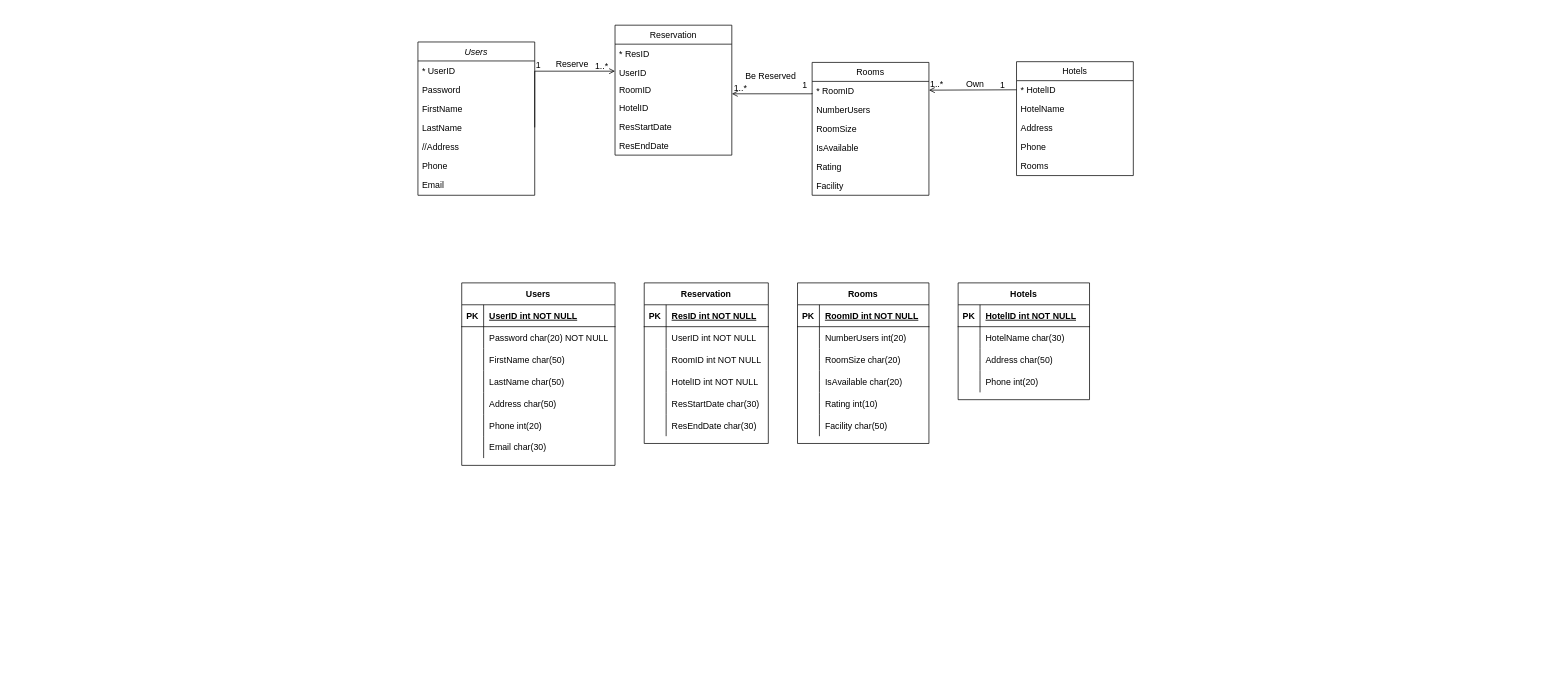
Above: Web_practice.drawio in Ziqi222/name.c (draw.io), before the change. Source tidied: cells renumbered, new cells numbered last; positions are measured from the earlier drawing's top-left corner, leaving out a move shared by most shapes. Both pictures are drawn from the tidied source at 73%, with x=0, y=0 at pixel (418, 12).
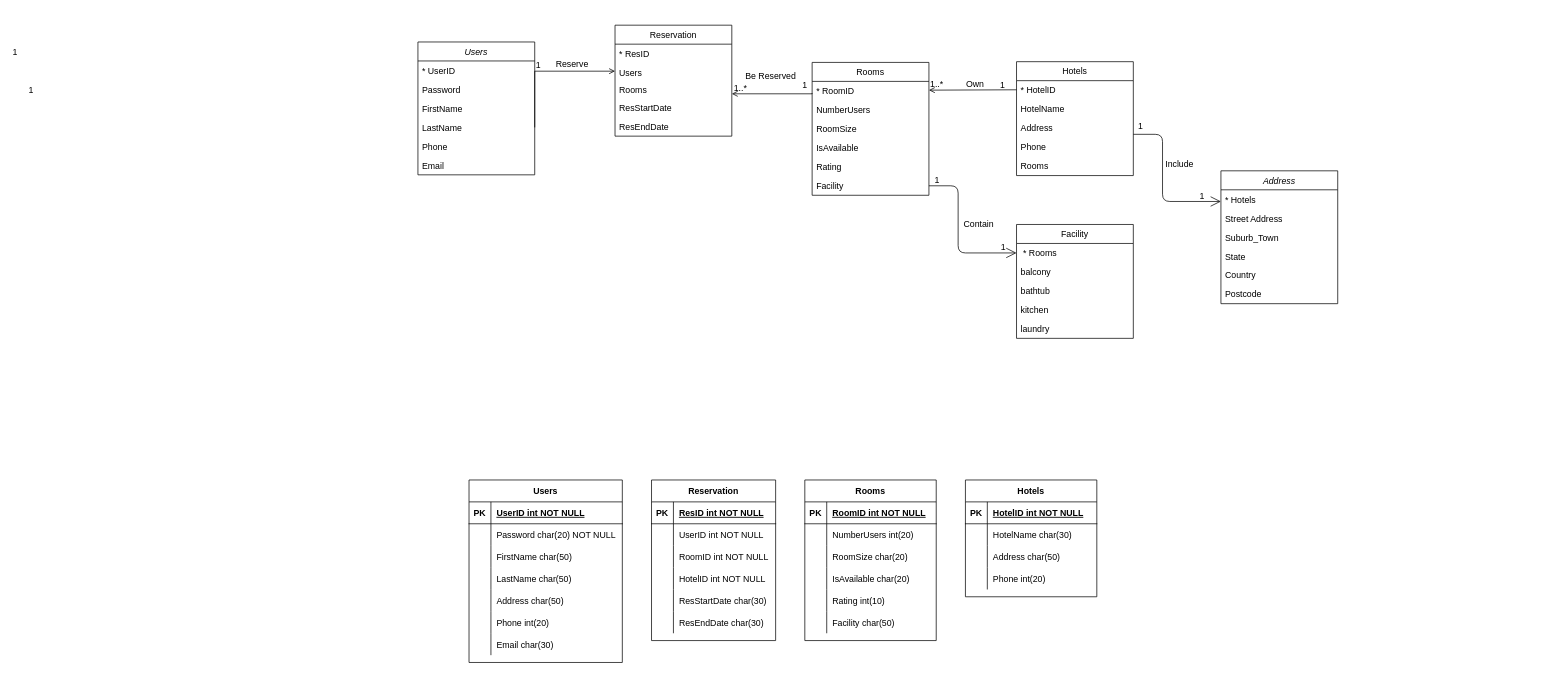
The same diagram, later.

The change refers to these unchanged cells:
```xml
<mxCell id="16" value="Facility" style="text;align=left;verticalAlign=top;spacingLeft=4;spacingRight=4;overflow=hidden;points=[[0,0.5],[1,0.5]];portConstraint=eastwest;rounded=0;shadow=0;html=0;" parent="10" vertex="1">
  <mxGeometry y="156" width="160" height="26" as="geometry" />
</mxCell>
```

What changed in the source:
```diff
@@
     <mxCell id="2" value="Users" style="swimlane;fontStyle=2;align=center;verticalAlign=top;horizontal=1;startSize=26;rounded=0;shadow=0;strokeWidth=1;" parent="1" vertex="1">
-      <mxGeometry y="40" width="160" height="210" as="geometry" />
+      <mxGeometry y="40" width="160" height="182" as="geometry" />
     </mxCell>
@@
-    <mxCell id="7" value="//Address" style="text;align=left;verticalAlign=top;spacingLeft=4;spacingRight=4;overflow=hidden;rounded=0;shadow=0;html=0;" parent="2" vertex="1">
-      <mxGeometry y="130" width="160" height="26" as="geometry" />
-    </mxCell>
+    <mxCell id="115" value="1" style="align=left;verticalAlign=bottom;labelBackgroundColor=none;fontSize=12;" parent="2" vertex="1">
+      <mxGeometry y="130" width="160" as="geometry">
+        <mxPoint x="-557" y="-108" as="offset" />
+      </mxGeometry>
+    </mxCell>
+    <mxCell id="116" value="1" style="align=left;verticalAlign=bottom;labelBackgroundColor=none;fontSize=12;" parent="2" vertex="1">
+      <mxGeometry y="130" width="160" as="geometry">
+        <mxPoint x="-535" y="-56" as="offset" />
+      </mxGeometry>
+    </mxCell>
     <mxCell id="8" value="Phone" style="text;align=left;verticalAlign=top;spacingLeft=4;spacingRight=4;overflow=hidden;rounded=0;shadow=0;html=0;" parent="2" vertex="1">
-      <mxGeometry y="156" width="160" height="26" as="geometry" />
+      <mxGeometry y="130" width="160" height="26" as="geometry" />
     </mxCell>
     <mxCell id="9" value="Email" style="text;align=left;verticalAlign=top;spacingLeft=4;spacingRight=4;overflow=hidden;rounded=0;shadow=0;html=0;" parent="2" vertex="1">
-      <mxGeometry y="182" width="160" height="26" as="geometry" />
+      <mxGeometry y="156" width="160" height="26" as="geometry" />
     </mxCell>
@@
-    <mxCell id="17" value="1..*" style="align=left;verticalAlign=bottom;labelBackgroundColor=none;fontSize=12;" parent="1" vertex="1">
-      <mxGeometry x="250" y="210" as="geometry">
-        <mxPoint x="-9" y="-129" as="offset" />
-      </mxGeometry>
-    </mxCell>
@@
     <mxCell id="28" value="Reservation" style="swimlane;fontStyle=0;align=center;verticalAlign=top;horizontal=1;startSize=26;rounded=0;shadow=0;strokeWidth=1;" parent="1" vertex="1">
-      <mxGeometry x="270" y="17" width="160" height="178" as="geometry" />
+      <mxGeometry x="270" y="17" width="160" height="152" as="geometry" />
     </mxCell>
@@
-    <mxCell id="30" value="UserID" style="text;align=left;verticalAlign=top;spacingLeft=4;spacingRight=4;overflow=hidden;rounded=0;shadow=0;html=0;" parent="28" vertex="1">
+    <mxCell id="30" value="Users" style="text;align=left;verticalAlign=top;spacingLeft=4;spacingRight=4;overflow=hidden;rounded=0;shadow=0;html=0;" parent="28" vertex="1">
       <mxGeometry y="52" width="160" height="24" as="geometry" />
     </mxCell>
-    <mxCell id="31" value="RoomID" style="text;align=left;verticalAlign=top;spacingLeft=4;spacingRight=4;overflow=hidden;rounded=0;shadow=0;html=0;" parent="28" vertex="1">
+    <mxCell id="31" value="Rooms" style="text;align=left;verticalAlign=top;spacingLeft=4;spacingRight=4;overflow=hidden;rounded=0;shadow=0;html=0;" parent="28" vertex="1">
       <mxGeometry y="76" width="160" height="24" as="geometry" />
     </mxCell>
-    <mxCell id="32" value="HotelID" style="text;align=left;verticalAlign=top;spacingLeft=4;spacingRight=4;overflow=hidden;rounded=0;shadow=0;html=0;" parent="28" vertex="1">
-      <mxGeometry y="100" width="160" height="26" as="geometry" />
-    </mxCell>
     <mxCell id="33" value="ResStartDate" style="text;align=left;verticalAlign=top;spacingLeft=4;spacingRight=4;overflow=hidden;rounded=0;shadow=0;html=0;" parent="28" vertex="1">
-      <mxGeometry y="126" width="160" height="26" as="geometry" />
+      <mxGeometry y="100" width="160" height="26" as="geometry" />
     </mxCell>
     <mxCell id="34" value="ResEndDate" style="text;align=left;verticalAlign=top;spacingLeft=4;spacingRight=4;overflow=hidden;rounded=0;shadow=0;html=0;" parent="28" vertex="1">
-      <mxGeometry y="152" width="160" height="26" as="geometry" />
+      <mxGeometry y="126" width="160" height="26" as="geometry" />
     </mxCell>
@@
     <mxCell id="42" value="Users" style="shape=table;startSize=30;childLayout=tableLayout;rowLines=0;fontStyle=1;align=center;" parent="1" vertex="1">
-      <mxGeometry x="60" y="370" width="210" height="250" as="geometry" />
+      <mxGeometry x="70" y="640" width="210" height="250" as="geometry" />
     </mxCell>
@@
     <mxCell id="64" value="Reservation" style="shape=table;startSize=30;childLayout=tableLayout;rowLines=0;fontStyle=1;align=center;" parent="1" vertex="1">
-      <mxGeometry x="310" y="370" width="170" height="220" as="geometry" />
+      <mxGeometry x="320" y="640" width="170" height="220" as="geometry" />
     </mxCell>
@@
     <mxCell id="83" value="Rooms" style="shape=table;startSize=30;childLayout=tableLayout;rowLines=0;fontStyle=1;align=center;" parent="1" vertex="1">
-      <mxGeometry x="520" y="370" width="180" height="220" as="geometry" />
+      <mxGeometry x="530" y="640" width="180" height="220" as="geometry" />
     </mxCell>
@@
     <mxCell id="102" value="Hotels" style="shape=table;startSize=30;childLayout=tableLayout;rowLines=0;fontStyle=1;align=center;" parent="1" vertex="1">
-      <mxGeometry x="740" y="370" width="180" height="160" as="geometry" />
+      <mxGeometry x="750" y="640" width="180" height="160" as="geometry" />
     </mxCell>
@@
+    <mxCell id="117" value="Facility" style="swimlane;fontStyle=0;align=center;verticalAlign=top;horizontal=1;startSize=26;rounded=0;shadow=0;strokeWidth=1;" parent="1" vertex="1">
+      <mxGeometry x="820" y="290" width="160" height="156" as="geometry" />
+    </mxCell>
+    <mxCell id="118" value=" * Rooms" style="text;align=left;verticalAlign=top;spacingLeft=4;spacingRight=4;overflow=hidden;points=[[0,0.5],[1,0.5]];portConstraint=eastwest;" parent="117" vertex="1">
+      <mxGeometry y="26" width="160" height="26" as="geometry" />
+    </mxCell>
+    <mxCell id="119" value="balcony" style="text;align=left;verticalAlign=top;spacingLeft=4;spacingRight=4;overflow=hidden;rounded=0;shadow=0;html=0;" parent="117" vertex="1">
+      <mxGeometry y="52" width="160" height="26" as="geometry" />
+    </mxCell>
+    <mxCell id="120" value="bathtub" style="text;align=left;verticalAlign=top;spacingLeft=4;spacingRight=4;overflow=hidden;rounded=0;shadow=0;html=0;" parent="117" vertex="1">
+      <mxGeometry y="78" width="160" height="26" as="geometry" />
+    </mxCell>
+    <mxCell id="121" value="kitchen" style="text;align=left;verticalAlign=top;spacingLeft=4;spacingRight=4;overflow=hidden;rounded=0;shadow=0;html=0;" parent="117" vertex="1">
+      <mxGeometry y="104" width="160" height="26" as="geometry" />
+    </mxCell>
+    <mxCell id="122" value="laundry" style="text;align=left;verticalAlign=top;spacingLeft=4;spacingRight=4;overflow=hidden;rounded=0;shadow=0;html=0;" parent="117" vertex="1">
+      <mxGeometry y="130" width="160" height="26" as="geometry" />
+    </mxCell>
+    <mxCell id="123" style="endArrow=open;endFill=1;endSize=12;html=1;exitX=1;exitY=0.5;exitDx=0;exitDy=0;entryX=0;entryY=0.5;entryDx=0;entryDy=0;" parent="1" edge="1" source="16" target="118">
+      <mxGeometry relative="1" as="geometry">
+        <Array as="points">
+          <mxPoint x="740" y="237" />
+          <mxPoint x="740" y="329" />
+        </Array>
+      </mxGeometry>
+    </mxCell>
+    <mxCell id="124" value="Contain" style="text;html=1;align=center;verticalAlign=middle;labelBackgroundColor=none;rounded=0;shadow=0;strokeWidth=1;fontSize=12;" parent="1" vertex="1">
+      <mxGeometry x="770" y="130" as="geometry">
+        <mxPoint x="-3" y="159" as="offset" />
+      </mxGeometry>
+    </mxCell>
+    <mxCell id="125" value="1" style="align=left;verticalAlign=bottom;labelBackgroundColor=none;fontSize=12;" parent="1" vertex="1">
+      <mxGeometry x="710" y="260" as="geometry">
+        <mxPoint x="-4" y="-22" as="offset" />
+      </mxGeometry>
+    </mxCell>
+    <mxCell id="126" value="1" style="align=left;verticalAlign=bottom;labelBackgroundColor=none;fontSize=12;" parent="1" vertex="1">
+      <mxGeometry x="820" y="150" as="geometry">
+        <mxPoint x="-23" y="180" as="offset" />
+      </mxGeometry>
+    </mxCell>
+    <mxCell id="127" value="Address" style="swimlane;fontStyle=2;align=center;verticalAlign=top;horizontal=1;startSize=26;rounded=0;shadow=0;strokeWidth=1;" parent="1" vertex="1">
+      <mxGeometry x="1100" y="216.5" width="160" height="182" as="geometry" />
+    </mxCell>
+    <mxCell id="128" value="* Hotels" style="text;align=left;verticalAlign=top;spacingLeft=4;spacingRight=4;overflow=hidden;" parent="127" vertex="1">
+      <mxGeometry y="26" width="160" height="26" as="geometry" />
+    </mxCell>
+    <mxCell id="129" value="Street Address" style="text;align=left;verticalAlign=top;spacingLeft=4;spacingRight=4;overflow=hidden;rounded=0;shadow=0;html=0;" parent="127" vertex="1">
+      <mxGeometry y="52" width="160" height="26" as="geometry" />
+    </mxCell>
+    <mxCell id="130" value="Suburb_Town" style="text;align=left;verticalAlign=top;spacingLeft=4;spacingRight=4;overflow=hidden;rounded=0;shadow=0;html=0;" parent="127" vertex="1">
+      <mxGeometry y="78" width="160" height="26" as="geometry" />
+    </mxCell>
+    <mxCell id="131" value="State" style="text;align=left;verticalAlign=top;spacingLeft=4;spacingRight=4;overflow=hidden;rounded=0;shadow=0;html=0;" parent="127" vertex="1">
+      <mxGeometry y="104" width="160" height="26" as="geometry" />
+    </mxCell>
+    <mxCell id="132" value="Country" style="text;align=left;verticalAlign=top;spacingLeft=4;spacingRight=4;overflow=hidden;rounded=0;shadow=0;html=0;" parent="127" vertex="1">
+      <mxGeometry y="130" width="160" height="26" as="geometry" />
+    </mxCell>
+    <mxCell id="133" value="Postcode" style="text;align=left;verticalAlign=top;spacingLeft=4;spacingRight=4;overflow=hidden;rounded=0;shadow=0;html=0;" parent="127" vertex="1">
+      <mxGeometry y="156" width="160" height="26" as="geometry" />
+    </mxCell>
+    <mxCell id="134" style="endArrow=open;endFill=1;endSize=12;html=1;exitX=1;exitY=0.5;exitDx=0;exitDy=0;entryX=0;entryY=0.5;entryDx=0;entryDy=0;" parent="1" edge="1">
+      <mxGeometry relative="1" as="geometry">
+        <mxPoint x="980" y="166.5" as="sourcePoint" />
+        <mxPoint x="1100" y="258.5" as="targetPoint" />
+        <Array as="points">
+          <mxPoint x="1020" y="166.5" />
+          <mxPoint x="1020" y="258.5" />
+        </Array>
+      </mxGeometry>
+    </mxCell>
+    <mxCell id="135" value="Include" style="text;html=1;align=center;verticalAlign=middle;labelBackgroundColor=none;rounded=0;shadow=0;strokeWidth=1;fontSize=12;" parent="1" vertex="1">
+      <mxGeometry x="1060" y="121.5" as="geometry">
+        <mxPoint x="-18" y="86" as="offset" />
+      </mxGeometry>
+    </mxCell>
+    <mxCell id="136" value="1" style="align=left;verticalAlign=bottom;labelBackgroundColor=none;fontSize=12;" parent="1" vertex="1">
+      <mxGeometry x="1470" y="145" as="geometry">
+        <mxPoint x="-485" y="19" as="offset" />
+      </mxGeometry>
+    </mxCell>
+    <mxCell id="137" value="1" style="align=left;verticalAlign=bottom;labelBackgroundColor=none;fontSize=12;" parent="1" vertex="1">
+      <mxGeometry x="1554" y="240" as="geometry">
+        <mxPoint x="-485" y="19" as="offset" />
+      </mxGeometry>
+    </mxCell>
```
